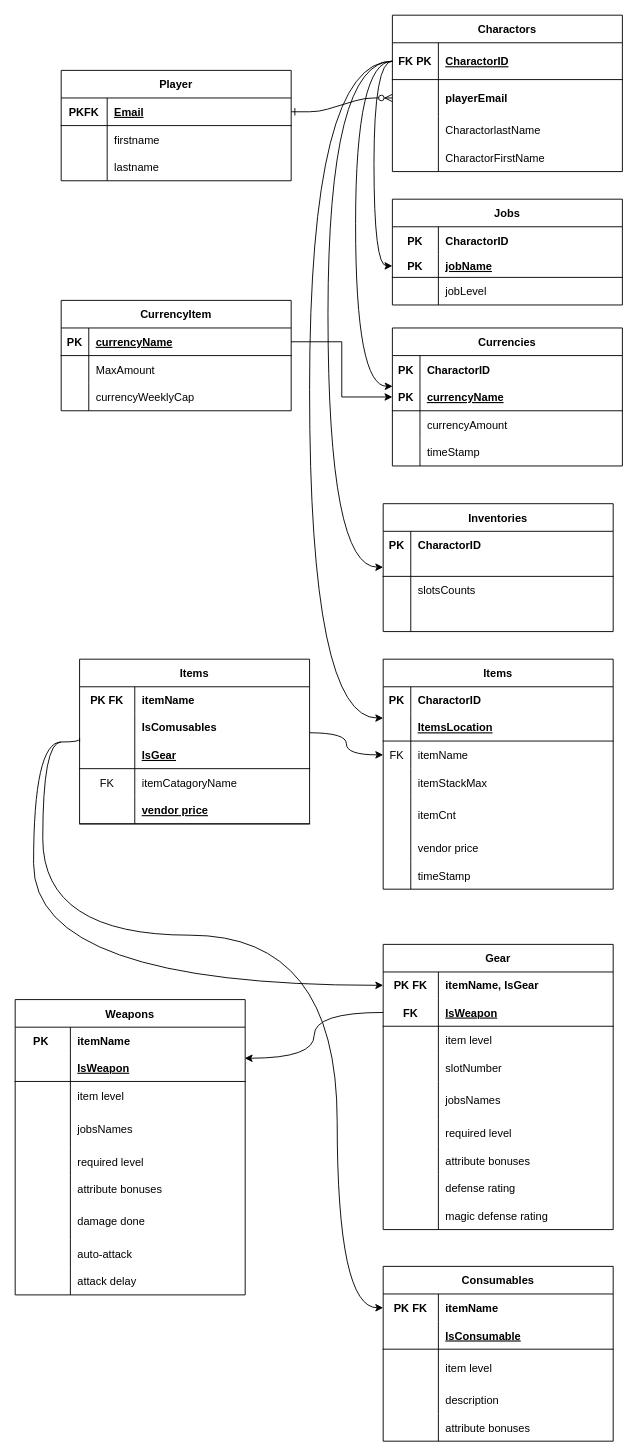
Before: Untitled Diagram.drawio in ifffShang/5800-hw2, a draw.io diagram. Source tidied: cells renumbered, new cells numbered last; positions are measured from the earlier drawing's top-left corner, leaving out a move shared by most shapes. Both pictures are drawn from the tidied source at 92%, with x=0, y=0 at pixel (15, 15).
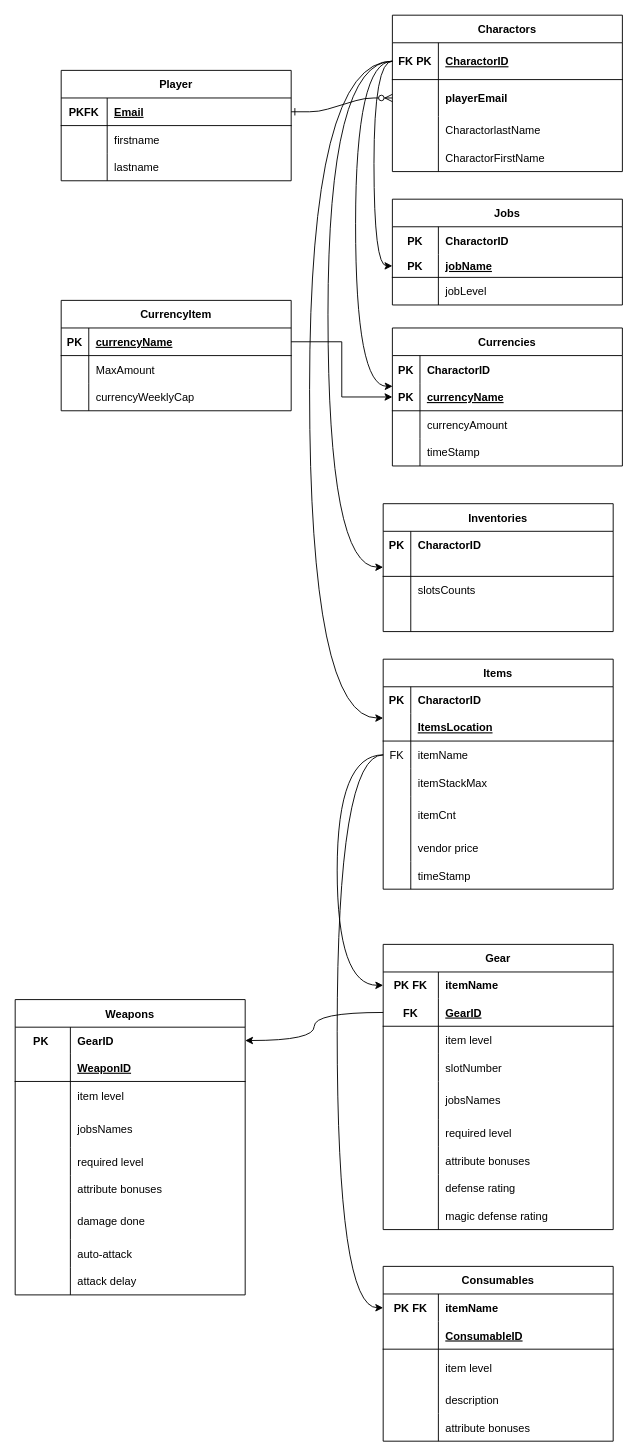
Above is the later version.

The change refers to these unchanged cells:
```xml
<mxCell id="9" style="shape=partialRectangle;fillColor=none;points=[[0,0.5],[1,0.5]];portConstraint=eastwest;top=0;left=0;right=0;bottom=0;" parent="2" vertex="1">
  <mxGeometry y="89" width="250" height="30" as="geometry" />
</mxCell>
<mxCell id="117" style="shape=partialRectangle;fillColor=none;points=[[0,0.5],[1,0.5]];portConstraint=eastwest;top=0;left=0;right=0;bottom=0;fontStyle=1;" parent="116" vertex="1">
  <mxGeometry y="30" width="250" height="29" as="geometry" />
</mxCell>
<mxCell id="120" style="shape=partialRectangle;fillColor=none;points=[[0,0.5],[1,0.5]];portConstraint=eastwest;top=0;left=0;right=0;bottom=1;" parent="116" vertex="1">
  <mxGeometry y="59" width="250" height="30" as="geometry" />
</mxCell>
<mxCell id="146" style="shape=partialRectangle;fillColor=none;points=[[0,0.5],[1,0.5]];portConstraint=eastwest;top=0;left=0;right=0;bottom=0;fontStyle=1;" parent="145" vertex="1">
  <mxGeometry y="30" width="250" height="29" as="geometry" />
</mxCell>
<mxCell id="149" style="shape=partialRectangle;fillColor=none;points=[[0,0.5],[1,0.5]];portConstraint=eastwest;top=0;left=0;right=0;bottom=1;" parent="145" vertex="1">
  <mxGeometry y="59" width="250" height="30" as="geometry" />
</mxCell>
<mxCell id="175" style="shape=partialRectangle;fillColor=none;points=[[0,0.5],[1,0.5]];portConstraint=eastwest;top=0;left=0;right=0;bottom=0;fontStyle=1;" parent="174" vertex="1">
  <mxGeometry y="30" width="250" height="30" as="geometry" />
</mxCell>
<mxCell id="178" style="shape=partialRectangle;fillColor=none;top=0;left=0;right=0;bottom=1;" parent="174" vertex="1">
  <mxGeometry y="60" width="250" height="30" as="geometry" />
</mxCell>
```

The edit, as a diff of the source:
```diff
@@
-    <mxCell id="99" value="Items" style="shape=table;startSize=30;childLayout=tableLayout;rowLines=0;fontStyle=1;align=center;" parent="1" vertex="1">
-      <mxGeometry x="70" y="700" width="250" height="179" as="geometry" />
-    </mxCell>
-    <mxCell id="100" style="shape=partialRectangle;fillColor=none;top=0;left=0;right=0;bottom=0;fontStyle=1;" parent="99" vertex="1">
-      <mxGeometry y="30" width="250" height="29" as="geometry" />
-    </mxCell>
-    <mxCell id="101" value="PK FK" style="shape=partialRectangle;overflow=hidden;fillColor=none;top=0;left=0;bottom=0;right=0;fontStyle=1;" parent="100" vertex="1">
-      <mxGeometry width="60" height="29" as="geometry" />
-    </mxCell>
-    <mxCell id="102" value="itemName" style="shape=partialRectangle;overflow=hidden;fillColor=none;top=0;left=0;bottom=0;right=0;align=left;spacingLeft=6;fontStyle=1;" parent="100" vertex="1">
-      <mxGeometry x="60" width="190" height="29" as="geometry" />
-    </mxCell>
-    <mxCell id="103" style="shape=partialRectangle;fillColor=none;top=0;left=0;right=0;bottom=0;" parent="99" vertex="1">
-      <mxGeometry y="59" width="250" height="30" as="geometry" />
-    </mxCell>
-    <mxCell id="104" style="shape=partialRectangle;overflow=hidden;fillColor=none;top=0;left=0;bottom=0;right=0;" parent="103" vertex="1">
-      <mxGeometry width="60" height="30" as="geometry" />
-    </mxCell>
-    <mxCell id="105" value="IsComusables" style="shape=partialRectangle;overflow=hidden;fillColor=none;top=0;left=0;bottom=0;right=0;align=left;spacingLeft=6;fontStyle=1;" parent="103" vertex="1">
-      <mxGeometry x="60" width="190" height="30" as="geometry" />
-    </mxCell>
-    <mxCell id="106" style="shape=partialRectangle;fillColor=none;points=[[0,0.5],[1,0.5]];portConstraint=eastwest;top=0;left=0;right=0;bottom=1;" parent="99" vertex="1">
-      <mxGeometry y="89" width="250" height="30" as="geometry" />
-    </mxCell>
-    <mxCell id="107" style="shape=partialRectangle;overflow=hidden;fillColor=none;top=0;left=0;bottom=0;right=0;fontStyle=1;" parent="106" vertex="1">
-      <mxGeometry width="60" height="30" as="geometry" />
-    </mxCell>
-    <mxCell id="108" value="IsGear" style="shape=partialRectangle;overflow=hidden;fillColor=none;top=0;left=0;bottom=0;right=0;align=left;spacingLeft=6;fontStyle=5;" parent="106" vertex="1">
-      <mxGeometry x="60" width="190" height="30" as="geometry" />
-    </mxCell>
-    <mxCell id="109" style="shape=partialRectangle;fillColor=none;top=0;left=0;right=0;bottom=0;" parent="99" vertex="1">
-      <mxGeometry y="119" width="250" height="30" as="geometry" />
-    </mxCell>
-    <mxCell id="110" value="FK" style="shape=partialRectangle;overflow=hidden;fillColor=none;top=0;left=0;bottom=0;right=0;" parent="109" vertex="1">
-      <mxGeometry width="60" height="30" as="geometry" />
-    </mxCell>
-    <mxCell id="111" value="itemCatagoryName" style="shape=partialRectangle;overflow=hidden;fillColor=none;top=0;left=0;bottom=0;right=0;align=left;spacingLeft=6;" parent="109" vertex="1">
-      <mxGeometry x="60" width="190" height="30" as="geometry" />
-    </mxCell>
-    <mxCell id="112" style="shape=partialRectangle;fillColor=none;top=0;left=0;right=0;bottom=1;" parent="99" vertex="1">
-      <mxGeometry y="149" width="250" height="30" as="geometry" />
-    </mxCell>
-    <mxCell id="113" style="shape=partialRectangle;overflow=hidden;fillColor=none;top=0;left=0;bottom=0;right=0;fontStyle=1;" parent="112" vertex="1">
-      <mxGeometry width="60" height="30" as="geometry" />
-    </mxCell>
-    <mxCell id="114" value="vendor price" style="shape=partialRectangle;overflow=hidden;fillColor=none;top=0;left=0;bottom=0;right=0;align=left;spacingLeft=6;fontStyle=5;" parent="112" vertex="1">
-      <mxGeometry x="60" width="190" height="30" as="geometry" />
-    </mxCell>
-    <mxCell id="115" style="edgeStyle=orthogonalEdgeStyle;rounded=0;jettySize=auto;html=1;exitX=1;exitY=-0.3;exitDx=0;exitDy=0;entryX=0;entryY=0.5;entryDx=0;entryDy=0;curved=1;exitPerimeter=0;" parent="1" edge="1" source="106" target="9">
-      <mxGeometry relative="1" as="geometry" />
-    </mxCell>
@@
-    <mxCell id="119" value="itemName, IsGear" style="shape=partialRectangle;overflow=hidden;fillColor=none;top=0;left=0;bottom=0;right=0;align=left;spacingLeft=6;fontStyle=1;" parent="117" vertex="1">
+    <mxCell id="119" value="itemName" style="shape=partialRectangle;overflow=hidden;fillColor=none;top=0;left=0;bottom=0;right=0;align=left;spacingLeft=6;fontStyle=1;" parent="117" vertex="1">
       <mxGeometry x="60" width="190" height="29" as="geometry" />
     </mxCell>
@@
-    <mxCell id="122" value="IsWeapon" style="shape=partialRectangle;overflow=hidden;fillColor=none;top=0;left=0;bottom=0;right=0;align=left;spacingLeft=6;fontStyle=5;" parent="120" vertex="1">
+    <mxCell id="122" value="GearID" style="shape=partialRectangle;overflow=hidden;fillColor=none;top=0;left=0;bottom=0;right=0;align=left;spacingLeft=6;fontStyle=5;" parent="120" vertex="1">
       <mxGeometry x="60" width="190" height="30" as="geometry" />
     </mxCell>
@@
-    <mxCell id="144" style="edgeStyle=orthogonalEdgeStyle;rounded=0;jettySize=auto;html=1;entryX=0;entryY=0.5;entryDx=0;entryDy=0;curved=1;" parent="1" edge="1" target="117">
+    <mxCell id="144" style="edgeStyle=orthogonalEdgeStyle;rounded=0;jettySize=auto;html=1;entryX=0;entryY=0.5;entryDx=0;entryDy=0;curved=1;exitX=0;exitY=0.5;exitDx=0;exitDy=0;" parent="1" edge="1" source="9" target="117">
       <mxGeometry relative="1" as="geometry">
-        <mxPoint x="50" y="790" as="sourcePoint" />
         <Array as="points">
-          <mxPoint x="20" y="790" />
-          <mxPoint x="20" y="1054" />
+          <mxPoint x="350" y="804" />
+          <mxPoint x="350" y="1055" />
         </Array>
       </mxGeometry>
     </mxCell>
@@
-    <mxCell id="148" value="itemName" style="shape=partialRectangle;overflow=hidden;fillColor=none;top=0;left=0;bottom=0;right=0;align=left;spacingLeft=6;fontStyle=1;" parent="146" vertex="1">
+    <mxCell id="148" value="GearID" style="shape=partialRectangle;overflow=hidden;fillColor=none;top=0;left=0;bottom=0;right=0;align=left;spacingLeft=6;fontStyle=1;" parent="146" vertex="1">
       <mxGeometry x="60" width="190" height="29" as="geometry" />
     </mxCell>
@@
-    <mxCell id="151" value="IsWeapon" style="shape=partialRectangle;overflow=hidden;fillColor=none;top=0;left=0;bottom=0;right=0;align=left;spacingLeft=6;fontStyle=5;" parent="149" vertex="1">
+    <mxCell id="151" value="WeaponID" style="shape=partialRectangle;overflow=hidden;fillColor=none;top=0;left=0;bottom=0;right=0;align=left;spacingLeft=6;fontStyle=5;" parent="149" vertex="1">
       <mxGeometry x="60" width="190" height="30" as="geometry" />
     </mxCell>
@@
-    <mxCell id="173" style="edgeStyle=orthogonalEdgeStyle;rounded=0;jettySize=auto;html=1;exitX=0;exitY=0.5;exitDx=0;exitDy=0;entryX=0.998;entryY=0.158;entryDx=0;entryDy=0;entryPerimeter=0;curved=1;" parent="1" edge="1" source="120" target="149">
+    <mxCell id="173" style="edgeStyle=orthogonalEdgeStyle;rounded=0;jettySize=auto;html=1;exitX=0;exitY=0.5;exitDx=0;exitDy=0;entryX=1;entryY=0.5;entryDx=0;entryDy=0;curved=1;" parent="1" edge="1" source="120" target="146">
       <mxGeometry relative="1" as="geometry" />
     </mxCell>
@@
-    <mxCell id="180" value="IsConsumable" style="shape=partialRectangle;overflow=hidden;fillColor=none;top=0;left=0;bottom=0;right=0;align=left;spacingLeft=6;fontStyle=5;" parent="178" vertex="1">
+    <mxCell id="180" value="ConsumableID" style="shape=partialRectangle;overflow=hidden;fillColor=none;top=0;left=0;bottom=0;right=0;align=left;spacingLeft=6;fontStyle=5;" parent="178" vertex="1">
       <mxGeometry x="60" width="190" height="30" as="geometry" />
     </mxCell>
@@
-    <mxCell id="190" style="edgeStyle=orthogonalEdgeStyle;rounded=0;jettySize=auto;html=1;entryX=0;entryY=0.5;entryDx=0;entryDy=0;curved=1;" parent="1" edge="1" target="175">
+    <mxCell id="190" style="edgeStyle=orthogonalEdgeStyle;rounded=0;jettySize=auto;html=1;entryX=0;entryY=0.5;entryDx=0;entryDy=0;curved=1;exitX=0;exitY=0.5;exitDx=0;exitDy=0;" parent="1" edge="1" source="9" target="175">
       <mxGeometry relative="1" as="geometry">
-        <mxPoint x="70" y="790" as="sourcePoint" />
         <Array as="points">
-          <mxPoint x="70" y="784" />
-          <mxPoint x="70" y="790" />
-          <mxPoint x="30" y="790" />
-          <mxPoint x="30" y="1000" />
-          <mxPoint x="350" y="1000" />
+          <mxPoint x="350" y="804" />
           <mxPoint x="350" y="1405" />
         </Array>
       </mxGeometry>
     </mxCell>
```
